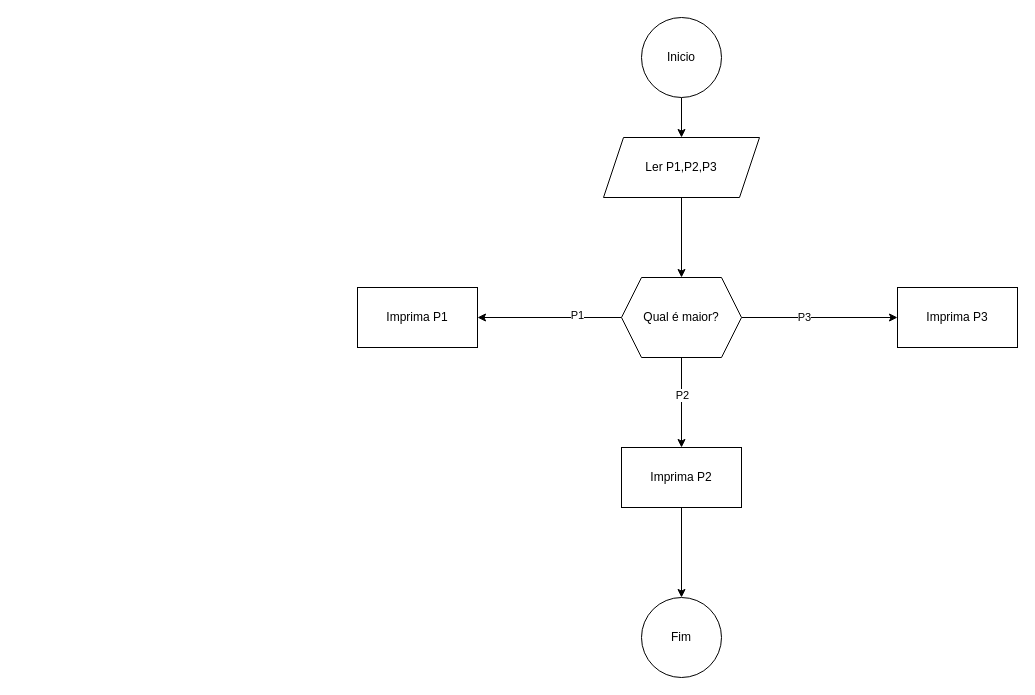
This is Flux4.drawio from Kev798/My-work, a draw.io file, before an edit. Source tidied: cells renumbered, new cells numbered last; positions are measured from the earlier drawing's top-left corner, leaving out a move shared by most shapes. Both pictures are drawn from the tidied source at 100%, with x=0, y=0 at pixel (357, 17).
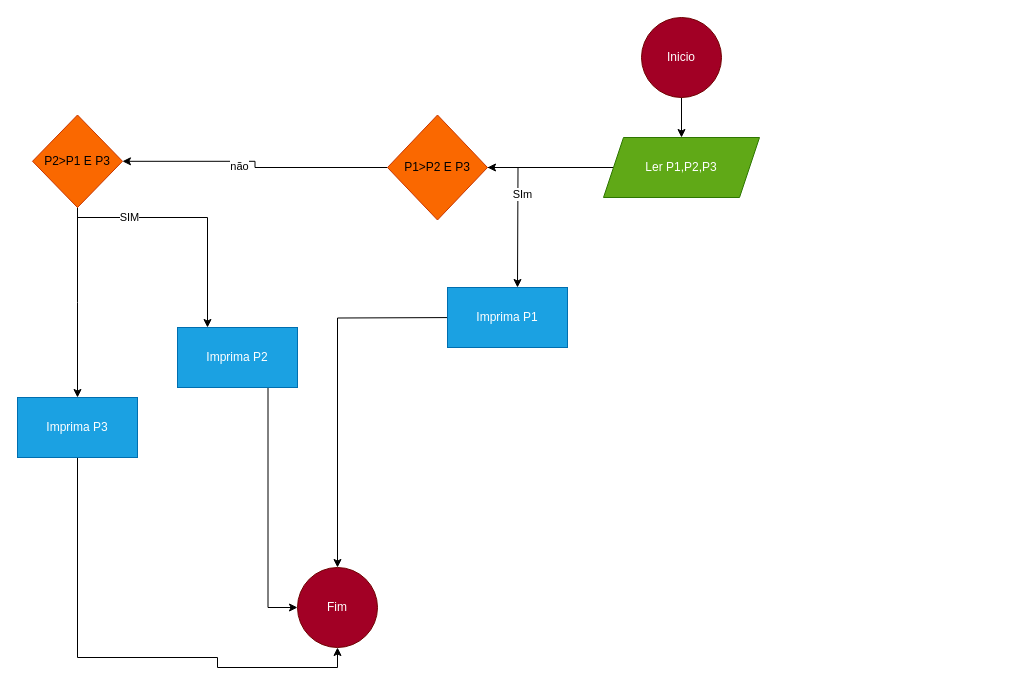
The same diagram, later.

Diff of the diagram source:
```diff
@@
-    <mxCell id="3" value="Inicio" style="ellipse;whiteSpace=wrap;html=1;shapeInside=1;" parent="1" vertex="1">
+    <mxCell id="3" value="Inicio" style="ellipse;whiteSpace=wrap;html=1;shapeInside=1;fillColor=#a20025;fontColor=#ffffff;strokeColor=#6F0000;" parent="1" vertex="1">
       <mxGeometry x="284" width="80" height="80" as="geometry" />
     </mxCell>
-    <mxCell id="4" value="Fim" style="ellipse;whiteSpace=wrap;html=1;shapeInside=1;" parent="1" vertex="1">
-      <mxGeometry x="284" y="580" width="80" height="80" as="geometry" />
+    <mxCell id="4" value="Fim" style="ellipse;whiteSpace=wrap;html=1;shapeInside=1;fillColor=#a20025;fontColor=#ffffff;strokeColor=#6F0000;" parent="1" vertex="1">
+      <mxGeometry x="-60" y="550" width="80" height="80" as="geometry" />
     </mxCell>
-    <mxCell id="5" style="edgeStyle=orthogonalEdgeStyle;rounded=0;jettySize=auto;html=1;" parent="1" edge="1" source="6" target="13">
-      <mxGeometry relative="1" as="geometry" />
-    </mxCell>
+    <mxCell id="18" style="edgeStyle=orthogonalEdgeStyle;rounded=0;jettySize=auto;html=1;" parent="1" edge="1" source="6" target="23">
+      <mxGeometry relative="1" as="geometry" />
+    </mxCell>
-    <mxCell id="6" value="Ler P1,P2,P3" style="shape=parallelogram;perimeter=parallelogramPerimeter;whiteSpace=wrap;html=1;shapeInside=1;fixedSize=1;" parent="1" vertex="1">
+    <mxCell id="6" value="Ler P1,P2,P3" style="shape=parallelogram;perimeter=parallelogramPerimeter;whiteSpace=wrap;html=1;shapeInside=1;fixedSize=1;fillColor=#60a917;fontColor=#ffffff;strokeColor=#2D7600;" parent="1" vertex="1">
       <mxGeometry x="246" y="120" width="156" height="60" as="geometry" />
     </mxCell>
-    <mxCell id="7" style="edgeStyle=orthogonalEdgeStyle;rounded=0;jettySize=auto;html=1;entryX=1;entryY=0.5;entryDx=0;entryDy=0;" parent="1" edge="1" source="13" target="14">
-      <mxGeometry relative="1" as="geometry" />
-    </mxCell>
-    <mxCell id="8" value="P1" style="edgeLabel;html=1;align=center;verticalAlign=middle;" parent="7" vertex="1">
-      <mxGeometry x="-0.38" y="-3" relative="1" as="geometry" />
-    </mxCell>
-    <mxCell id="9" style="edgeStyle=orthogonalEdgeStyle;rounded=0;jettySize=auto;html=1;entryX=0;entryY=0.5;entryDx=0;entryDy=0;" parent="1" edge="1" source="13" target="15">
-      <mxGeometry relative="1" as="geometry" />
-    </mxCell>
-    <mxCell id="10" value="P3" style="edgeLabel;html=1;align=center;verticalAlign=middle;" parent="9" vertex="1">
-      <mxGeometry x="-0.21" y="1" relative="1" as="geometry" />
-    </mxCell>
-    <mxCell id="11" style="edgeStyle=orthogonalEdgeStyle;rounded=0;jettySize=auto;html=1;" parent="1" edge="1" source="13" target="17">
-      <mxGeometry relative="1" as="geometry" />
-    </mxCell>
-    <mxCell id="12" value="P2" style="edgeLabel;html=1;align=center;verticalAlign=middle;" parent="11" vertex="1">
-      <mxGeometry x="-0.18" relative="1" as="geometry" />
-    </mxCell>
-    <mxCell id="13" value="Qual é maior?" style="shape=hexagon;perimeter=hexagonPerimeter2;whiteSpace=wrap;html=1;shapeInside=1;fixedSize=1;" parent="1" vertex="1">
-      <mxGeometry x="264" y="260" width="120" height="80" as="geometry" />
-    </mxCell>
+    <mxCell id="19" style="edgeStyle=orthogonalEdgeStyle;rounded=0;jettySize=auto;html=1;" parent="1" edge="1" source="23" target="27">
+      <mxGeometry relative="1" as="geometry" />
+    </mxCell>
+    <mxCell id="20" value="não" style="edgeLabel;html=1;align=center;verticalAlign=middle;" parent="19" vertex="1">
+      <mxGeometry x="0.14" y="5" relative="1" as="geometry" />
+    </mxCell>
+    <mxCell id="21" style="edgeStyle=orthogonalEdgeStyle;rounded=0;jettySize=auto;html=1;" parent="1" edge="1" source="23">
+      <mxGeometry relative="1" as="geometry">
+        <mxPoint x="160" y="270" as="targetPoint" />
+      </mxGeometry>
+    </mxCell>
+    <mxCell id="22" value="SIm" style="edgeLabel;html=1;align=center;verticalAlign=middle;" parent="21" vertex="1">
+      <mxGeometry x="-0.24" y="4" relative="1" as="geometry" />
+    </mxCell>
+    <mxCell id="23" value="P1&amp;gt;P2 E P3" style="rhombus;whiteSpace=wrap;html=1;shapeInside=1;fillColor=#fa6800;fontColor=#000000;strokeColor=#C73500;" parent="1" vertex="1">
+      <mxGeometry x="30" y="97.5" width="100" height="105" as="geometry" />
+    </mxCell>
+    <mxCell id="24" style="edgeStyle=orthogonalEdgeStyle;rounded=0;orthogonalLoop=1;jettySize=auto;html=1;" parent="1" edge="1">
+      <mxGeometry relative="1" as="geometry">
+        <mxPoint x="-280" y="190" as="sourcePoint" />
+        <mxPoint x="-150" y="310" as="targetPoint" />
+        <Array as="points">
+          <mxPoint x="-280" y="200" />
+          <mxPoint x="-150" y="200" />
+        </Array>
+      </mxGeometry>
+    </mxCell>
+    <mxCell id="25" value="SIM" style="edgeLabel;html=1;align=center;verticalAlign=middle;" parent="24" vertex="1">
+      <mxGeometry x="-0.51" y="1" relative="1" as="geometry" />
+    </mxCell>
+    <mxCell id="26" style="edgeStyle=orthogonalEdgeStyle;rounded=0;jettySize=auto;html=1;" parent="1" edge="1" source="27">
+      <mxGeometry relative="1" as="geometry">
+        <mxPoint x="-280" y="380" as="targetPoint" />
+      </mxGeometry>
+    </mxCell>
+    <mxCell id="27" value="P2&amp;gt;P1 E P3" style="rhombus;whiteSpace=wrap;html=1;shapeInside=1;fillColor=#fa6800;fontColor=#000000;strokeColor=#C73500;" parent="1" vertex="1">
+      <mxGeometry x="-325" y="97.5" width="90" height="92.5" as="geometry" />
+    </mxCell>
+    <mxCell id="28" style="edgeStyle=orthogonalEdgeStyle;rounded=0;jettySize=auto;html=1;entryX=0;entryY=0.5;entryDx=0;entryDy=0;" parent="1" edge="1" target="4">
+      <mxGeometry relative="1" as="geometry">
+        <mxPoint x="-120" y="350" as="sourcePoint" />
+      </mxGeometry>
+    </mxCell>
+    <mxCell id="29" style="edgeStyle=orthogonalEdgeStyle;rounded=0;jettySize=auto;html=1;entryX=0.5;entryY=0;entryDx=0;entryDy=0;" parent="1" edge="1" target="4">
+      <mxGeometry relative="1" as="geometry">
+        <mxPoint x="110" y="300" as="sourcePoint" />
+      </mxGeometry>
+    </mxCell>
+    <mxCell id="30" style="edgeStyle=orthogonalEdgeStyle;rounded=0;jettySize=auto;html=1;entryX=0.5;entryY=1;entryDx=0;entryDy=0;" parent="1" edge="1" source="15" target="4">
+      <mxGeometry relative="1" as="geometry">
+        <Array as="points">
+          <mxPoint x="-280" y="640" />
+          <mxPoint x="-140" y="640" />
+          <mxPoint x="-140" y="650" />
+          <mxPoint x="-20" y="650" />
+        </Array>
+      </mxGeometry>
+    </mxCell>
+    <mxCell id="15" value="Imprima P3" style="rounded=0;whiteSpace=wrap;html=1;fillColor=#1ba1e2;fontColor=#ffffff;strokeColor=#006EAF;" parent="1" vertex="1">
+      <mxGeometry x="-340" y="380" width="120" height="60" as="geometry" />
+    </mxCell>
-    <mxCell id="14" value="Imprima P1" style="rounded=0;whiteSpace=wrap;html=1;" parent="1" vertex="1">
-      <mxGeometry y="270" width="120" height="60" as="geometry" />
+    <mxCell id="14" value="&lt;div&gt;Imprima P1&lt;/div&gt;" style="rounded=0;whiteSpace=wrap;html=1;fillColor=#1ba1e2;fontColor=#ffffff;strokeColor=#006EAF;" parent="1" vertex="1">
+      <mxGeometry x="90" y="270" width="120" height="60" as="geometry" />
     </mxCell>
-    <mxCell id="15" value="Imprima P3" style="rounded=0;whiteSpace=wrap;html=1;" parent="1" vertex="1">
-      <mxGeometry x="540" y="270" width="120" height="60" as="geometry" />
-    </mxCell>
-    <mxCell id="16" style="edgeStyle=orthogonalEdgeStyle;rounded=0;jettySize=auto;html=1;" parent="1" edge="1" source="17" target="4">
-      <mxGeometry relative="1" as="geometry" />
-    </mxCell>
-    <mxCell id="17" value="Imprima P2" style="rounded=0;whiteSpace=wrap;html=1;" parent="1" vertex="1">
-      <mxGeometry x="264" y="430" width="120" height="60" as="geometry" />
+    <mxCell id="17" value="Imprima P2" style="rounded=0;whiteSpace=wrap;html=1;fillColor=#1ba1e2;fontColor=#ffffff;strokeColor=#006EAF;" parent="1" vertex="1">
+      <mxGeometry x="-180" y="310" width="120" height="60" as="geometry" />
     </mxCell>
```
